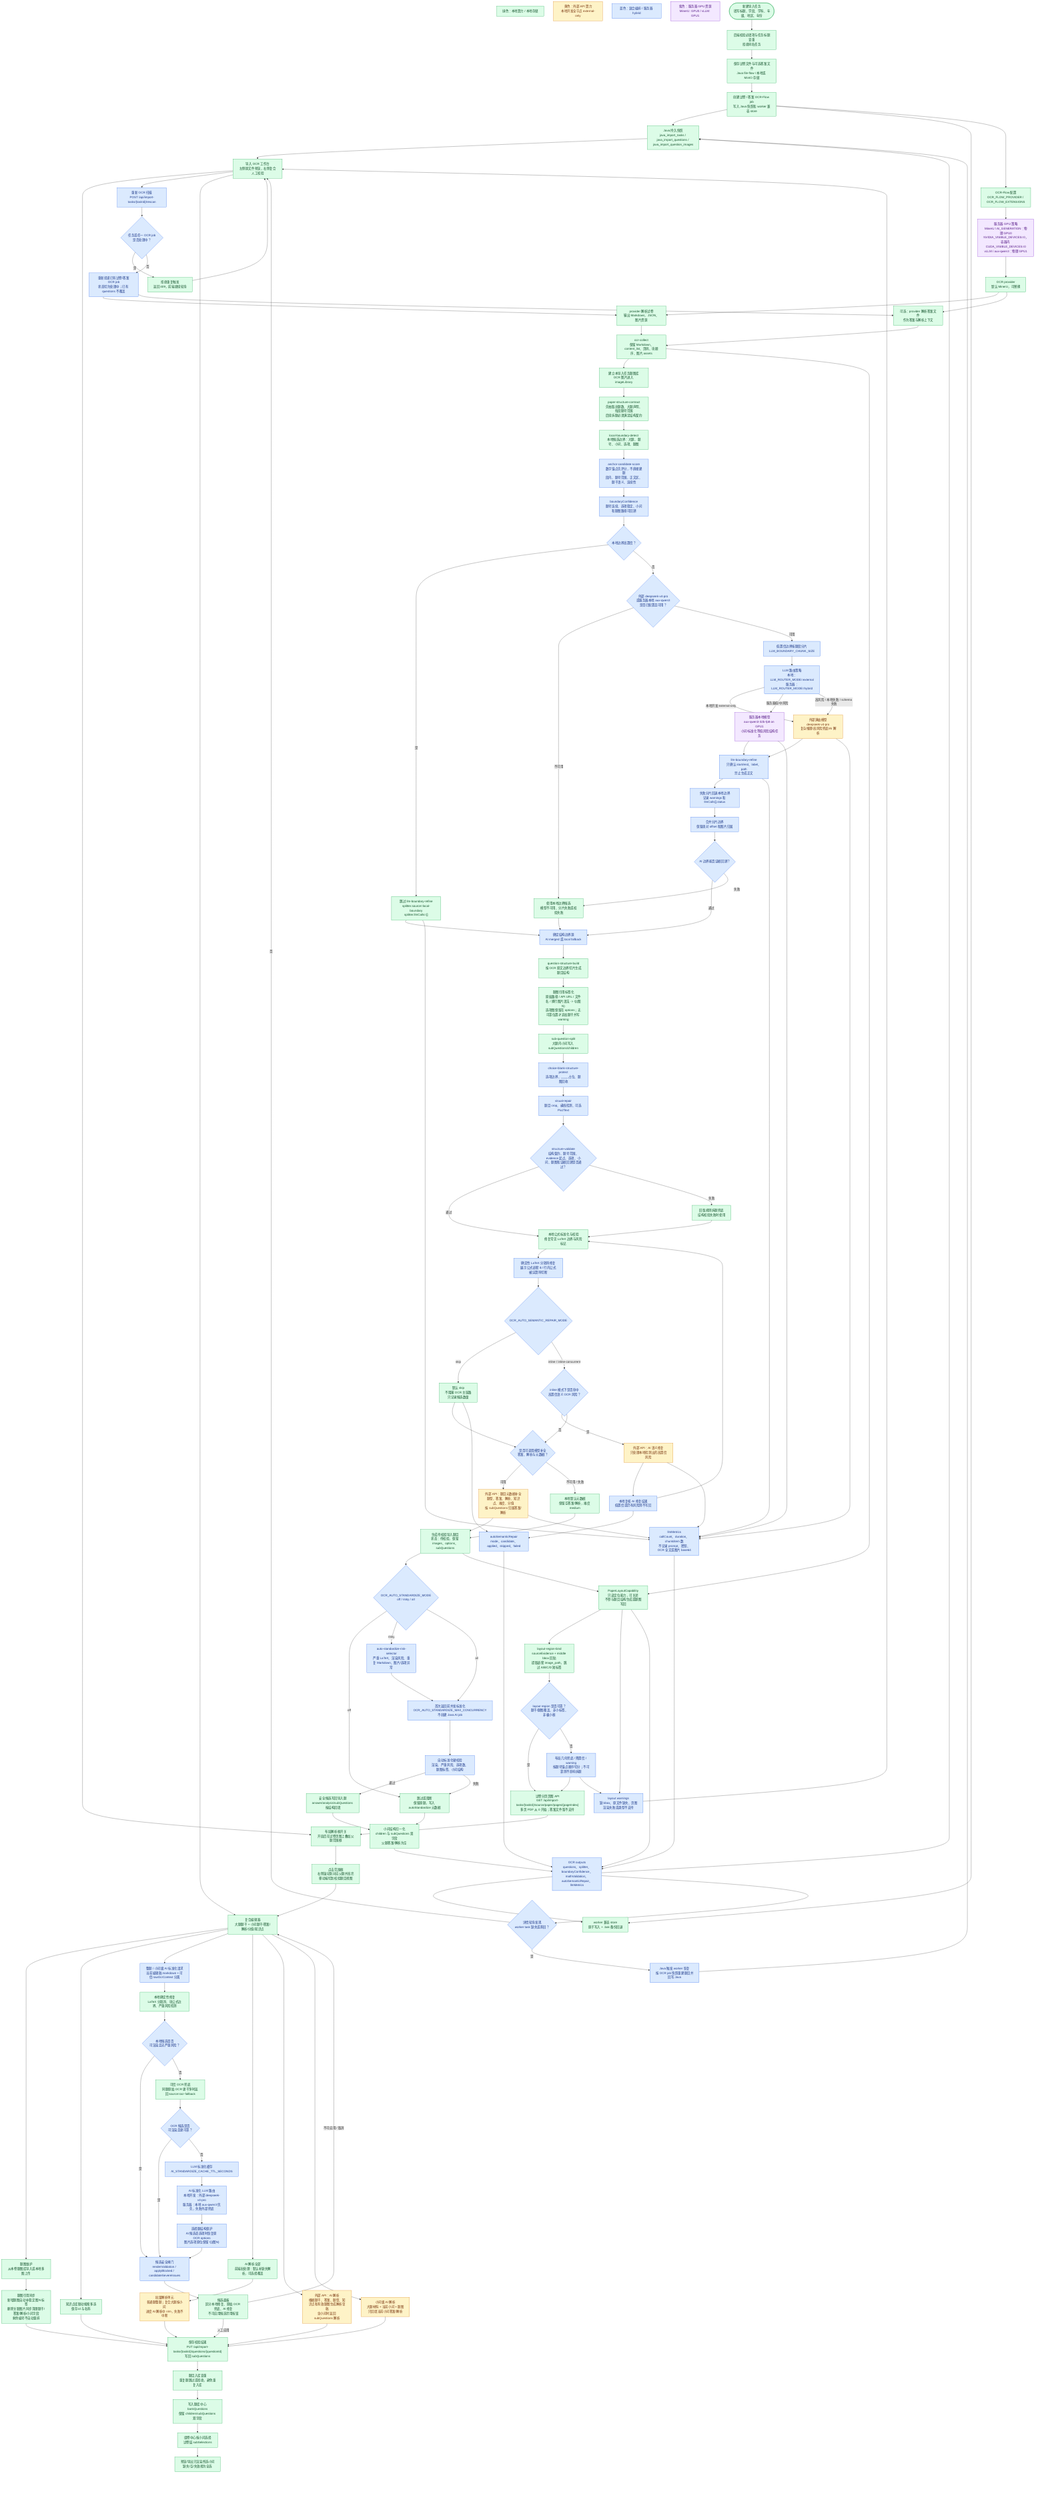
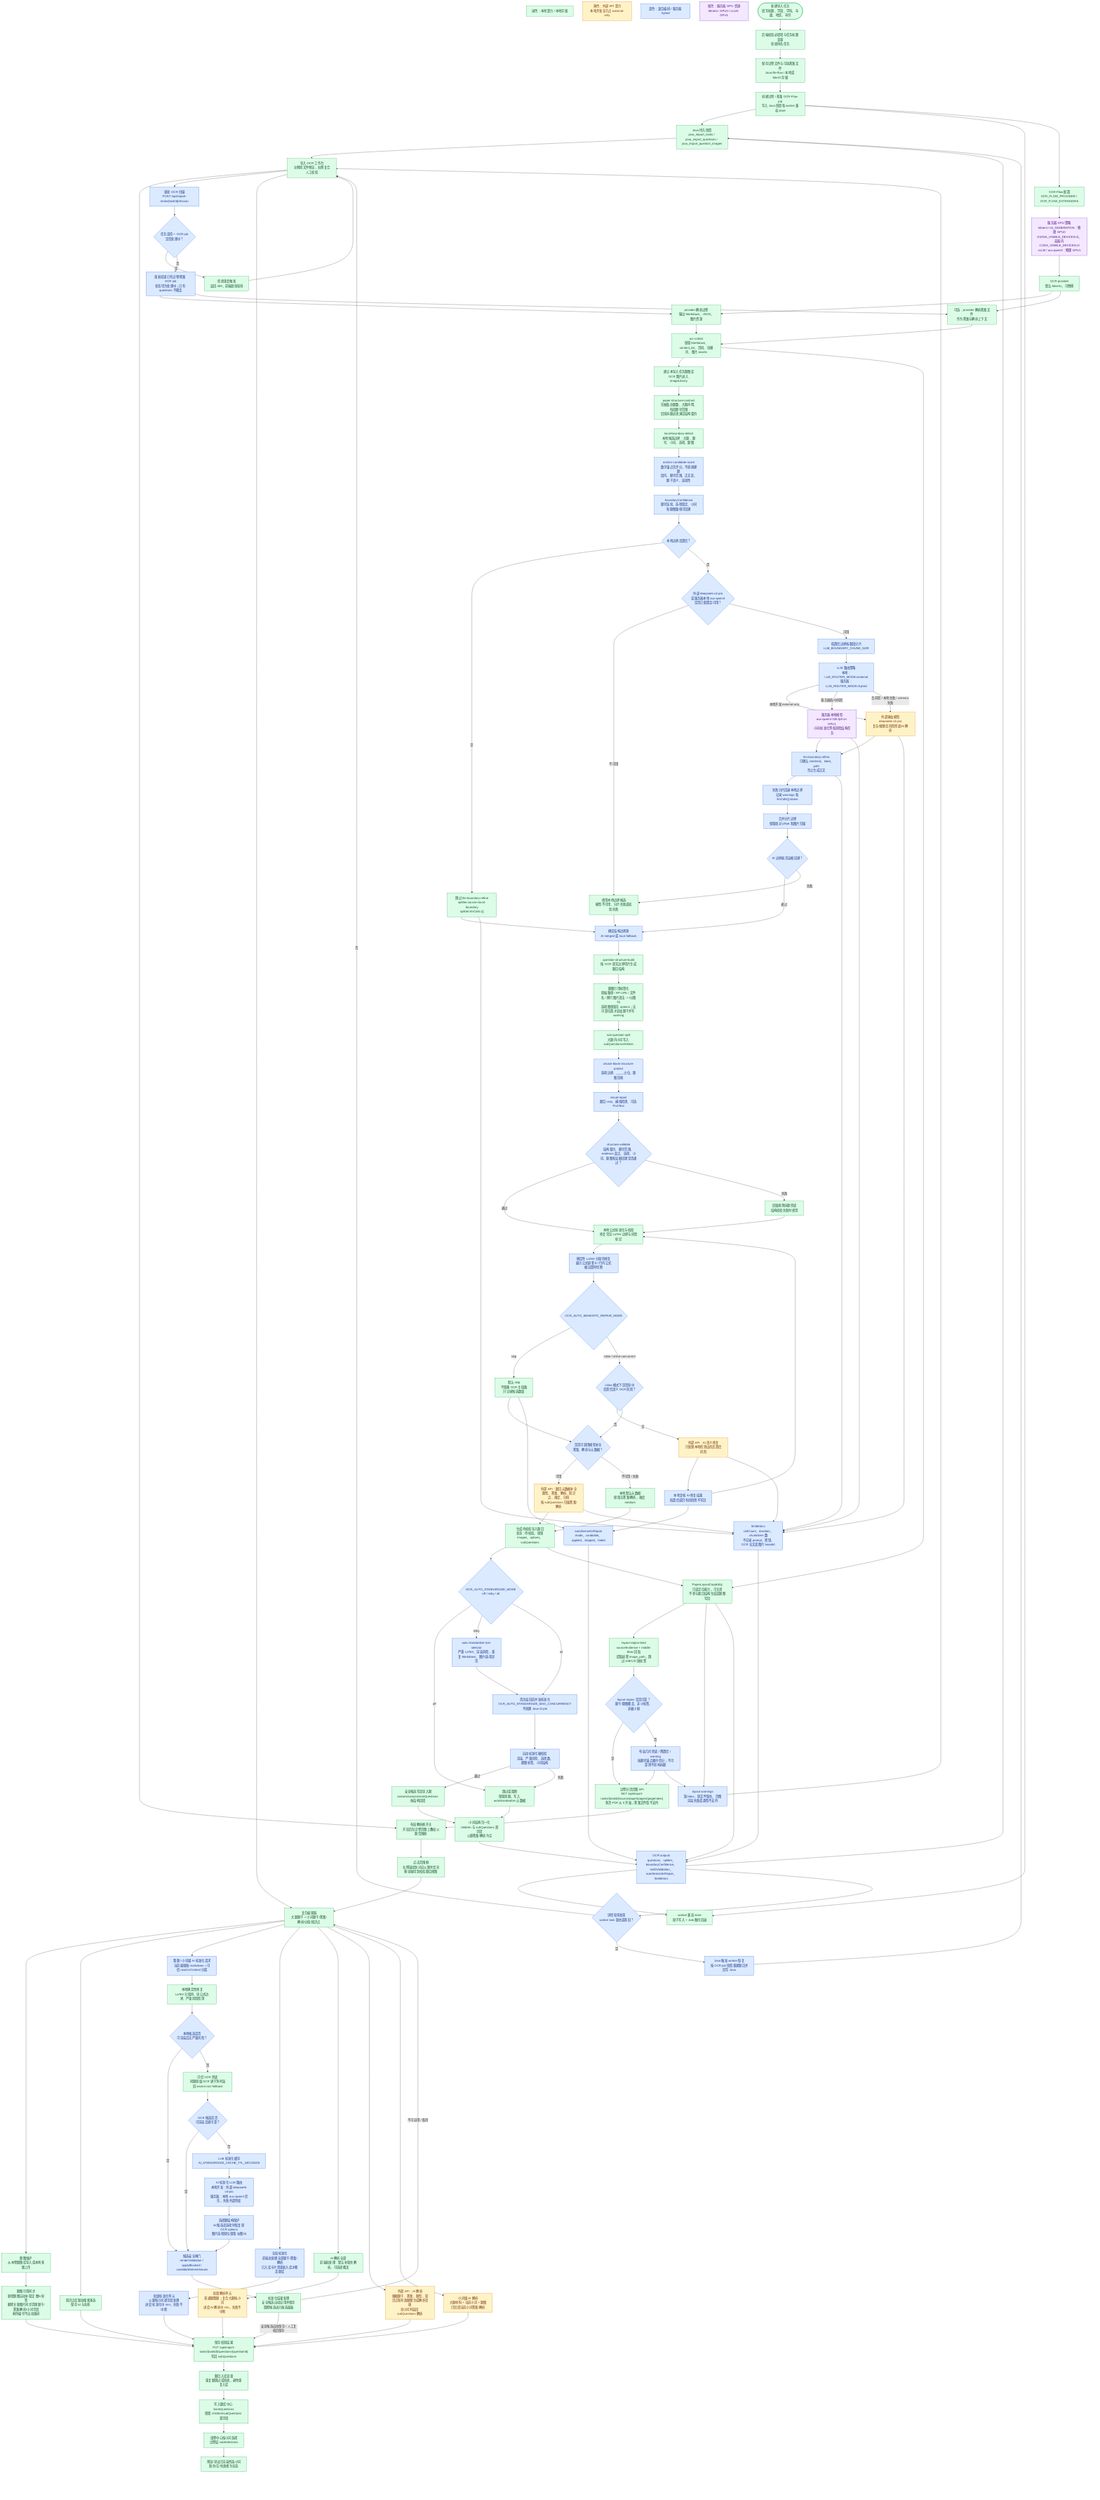
- %% Version: 2026-07-10 / product v15 / OpenAPI 1.1.0
+ %% Version: 2026-07-10 / product v16 / GlobalStandardize
%% Status: current-primary
- %% Scope: authoritative end-to-end OCR-Flow algorithm, structure contract, LLM routing, first-return auto standardization, review, layout overlay isolation, rescan, and AI assistance flow.
+ %% Scope: authoritative end-to-end OCR-Flow algorithm, structure contract, LLM routing, first-return auto standardization, review, layout overlay isolation, rescan, global standardization, and AI assistance flow.
flowchart TD
  LegendLocal["绿色：本地算力 / 本地存储"]:::local
  LegendExternal["黄色：外部 API 算力<br/>本地开发全节点 external-only"]:::external
  LegendMixed["蓝色：混合编排 / 服务器 hybrid"]:::mixed
  LegendGpu["紫色：服务器 GPU 资源<br/>MinerU: GPU0 / vLLM: GPU1"]:::gpu

  Start(["新建导入任务<br/>填写标题、学段、学科、年级、地区、年份"]):::local
  Validate["后端校验必填项与任务标题查重<br/>拒绝同名任务"]:::local
  Upload["保存试卷文件与可选答案文件<br/>Java file-flow / 本地或 MinIO 存储"]:::local
  Jobs["创建试卷 / 答案 OCR-Flow job<br/>写入 Java 快照和 worker 兼容 store"]:::local
  JavaSnapshot["Java 持久快照<br/>java_import_tasks / java_import_questions / java_import_question_images"]:::local
  WorkerSafeStore["worker 兼容 store<br/>原子写入 + .bak 备份回退"]:::local
  FlowConfig["OCR-Flow 配置<br/>OCR_FLOW_PROVIDER / OCR_FLOW_EXTENSIONS"]:::local
  GpuPolicy["服务器 GPU 策略<br/>MinerU / AI_GENERATION：物理 GPU0<br/>NVIDIA_VISIBLE_DEVICES=0，容器内 CUDA_VISIBLE_DEVICES=0<br/>vLLM / aux-qwen3：物理 GPU1"]:::gpu
  Provider["OCR provider<br/>默认 MinerU，可替换"]:::local
  OcrPaper["provider 解析试卷<br/>输出 Markdown、JSON、图片资源"]:::local
  OcrAnswer["可选：provider 解析答案文件<br/>作为答案与解析上下文"]:::local
  Collect["ocr-collect<br/>保留 Markdown、content_list、页码、块顺序、图片 assets"]:::local
  ImageLibrary["建立本导入任务题图库<br/>OCR 图片进入 imageLibrary"]:::local

  StructureContract["paper-structure-contract<br/>先抽取总题数、大题声明、每段题号范围<br/>后续拆题必须满足结构契约"]:::local
  LocalBoundary["local-boundary-detect<br/>本地候选边界：大题、题号、小问、选项、题图"]:::local
  AnchorScore["anchor-candidate-score<br/>数字锚点先评分，不直接建题<br/>段内、题号范围、正文区、题干语义、连续性"]:::mixed
  BoundaryConfidence["boundaryConfidence<br/>题号连续、选项稳定、小问和题图路径可回溯"]:::mixed
  BoundaryHigh{"本地边界高置信？"}:::mixed
  BoundarySkip["跳过 llm-boundary-refine<br/>splitter.source=local-boundary<br/>splitter.llmCalls=[]"]:::local
  LlmAvailable{"外部 deepseek-v4-pro<br/>或服务器本地 aux-qwen3<br/>是否已配置且可用？"}:::mixed
  BoundaryChunks["低置信边界按题段分片<br/>LLM_BOUNDARY_CHUNK_SIZE"]:::mixed
  LlmRoutePolicy["LLM 路由策略<br/>本地：LLM_ROUTER_MODE=external<br/>服务器：LLM_ROUTER_MODE=hybrid"]:::mixed
  LocalAuxModel["服务器本地模型<br/>aux-qwen3-32b-fp8 on GPU1<br/>小问/标准化等低风险结构任务"]:::gpu
  ExternalFullModel["外部满血模型<br/>deepseek-v4-pro<br/>复杂推理/高风险兜底/AI 解析"]:::external
  LlmBoundary["llm-boundary-refine<br/>只确认 start/end、label、path<br/>禁止生成正文"]:::mixed
  ChunkFallback["失败分片回退本地边界<br/>记录 warnings 和 llmCalls[].status"]:::mixed
  MergeBoundary["合并分片边界<br/>保留绝对 offset 和图片归属"]:::mixed
  BoundaryValidate{"AI 边界能否证据回溯？"}:::mixed
  BoundaryLocalFallback["使用本地边界候选<br/>模型不可用、分片失败或校验失败"]:::local
  BoundarySource["确定结构边界源<br/>AI merged 或 local fallback"]:::mixed

  BuildByEvidence["question-structure-build<br/>按 OCR 原文边界切片生成题目结构"]:::local
  ImageCanonical["题图引用标签化<br/>原始路径 / API URL / 文件名 / 换行图片语法 -> ![](图N)<br/>选项图保留在 options；无可靠位置才追加题干并写 warning"]:::local
  SubSplit["sub-question-split<br/>大题内小问写入 subQuestions/children"]:::local
  ChoiceBlankProtect["choice-blank-structure-protect<br/>选项边界、____ 占位、题图回收"]:::mixed
  VisualRepair["visual-repair<br/>题目 crop、横线检测、可选 Pix2Text"]:::mixed
  StructureValidate{"structure-validate<br/>结构契约、题号范围、evidence 起点、选项、小问、题图和证据回溯是否通过？"}:::mixed
  RuleFallback["旧版规则拆题兜底<br/>结构校验失败时使用"]:::local

  MathNormalize["本地公式标准化与校验<br/>修复常见 LaTeX 边界与风险标记"]:::local
  LatexDelimiter["确定性 LaTeX 分隔符修复<br/>展示公式嵌套 $ / 行内公式被运算符切断"]:::mixed
  AutoRepairMode{"OCR_AUTO_SEMANTIC_REPAIR_MODE"}:::mixed
  AutoRepairSkip["默认 skip<br/>不阻塞 OCR 主链路<br/>只记录候选数量"]:::local
  SemanticRisk{"inline 模式下是否命中<br/>高置信语义 OCR 风险？"}:::mixed
  SemanticApi["外部 API：AI 语义修复<br/>只处理本地检测出的高置信风险"]:::external
  SemanticVerify["本地复核 AI 修复结果<br/>低置信或仍有风险则不写回"]:::mixed

  MetadataDecision{"是否可调用模型补全<br/>答案、解析与元数据？"}:::mixed
  MetadataApi["外部 API：题目元数据补全<br/>题型、答案、解析、知识点、难度、分值<br/>按 subQuestions 归属答案/解析"]:::external
  MetadataFallback["本地默认元数据<br/>保留空答案/解析，难度 medium"]:::local
  BuildQuestions["生成待校验导入题目<br/>状态：待校验，保留 images、options、subQuestions"]:::local
  AutoStdMode{"OCR_AUTO_STANDARDIZE_MODE<br/>off / risky / all"}:::mixed
  AutoStdRisk["auto-standardize-risk-selector<br/>严重 LaTeX、渲染风险、重复 Markdown、图片/选项异常"]:::mixed
  AutoStdConcurrent["首次返回前并发标准化<br/>OCR_AUTO_STANDARDIZE_MAX_CONCURRENCY<br/>不创建 Java AI job"]:::mixed
  AutoStdGate["自动标准化硬校验<br/>渲染、严重风险、选项数、题图标签、小问结构"]:::mixed
  AutoStdApply["安全候选写回导入题<br/>answer/analysis/subQuestions 按结构回填"]:::local
  AutoStdSkip["跳过或阻断<br/>保留原题，写入 autoStandardize 元数据"]:::local
  PaperLayoutBuild["PaperLayoutCapability<br/>只读定位能力，可关闭<br/>不参与题目结构生成或题图写回"]:::local
  PaperLayoutBind["layout-region-bind<br/>sourceEvidence + middle bbox 回贴<br/>提取嵌套 image_path，跳过 A/B/C/D 短标签"]:::local
  PaperLayoutReliable{"layout region 是否可靠？<br/>题干/题图覆盖、非小标签、非极小框"}:::mixed
  PaperLayoutFallback["布局几何兜底 / 降置信 / warning<br/>按题号锚点顺序切分；不可靠则不影响拆题"]:::mixed
  PaperPageApi["试卷分页页图 API<br/>GET /api/import-tasks/{taskId}/source/paper/pages/{pageIndex}<br/>多页 PDF 从 0 开始；答案文件暂不支持"]:::local
  PaperLayoutWarnings["layout warnings<br/>缺 bbox、原文件缺失、页图渲染失败或类型不支持"]:::mixed
  SubQuestionNormalize["小问结构归一化<br/>children 与 subQuestions 双字段<br/>父题答案/解析为空"]:::local
  AutoRepairSummary["autoSemanticRepair<br/>mode、candidate、applied、skipped、failed"]:::mixed
  LlmMetrics["llmMetrics<br/>callCount、duration、chunk/item 数<br/>不记录 prompt、密钥、OCR 全文或图片 base64"]:::mixed
  OcrOutputs["OCR outputs<br/>questions、splitter、boundaryConfidence、mathValidation、autoSemanticRepair、llmMetrics"]:::mixed
  DetailRecovery{"详情轮询发现<br/>worker task 缺失或陈旧？"}:::mixed
  RecoverFromOcr["Java 触发 worker 恢复<br/>按 OCR job 快照重建题目并回写 Java"]:::mixed

  Workbench["导入 OCR 工作台<br/>左侧原文件预览，右侧复合人工校验"]:::local
  LayoutToggle["布局解析框开关<br/>开启后在试卷页图上叠加父题范围框"]:::local
  LayoutClick["点击范围框<br/>右侧滚动到对应父题并高亮<br/>移动端切到校验题目视图"]:::local
  RescanRequest["重新 OCR 扫描<br/>POST /api/import-tasks/{taskId}/rescan"]:::mixed
  RescanGuard{"任务或任一 OCR job<br/>是否处理中？"}:::mixed
  RescanReject["拒绝重复触发<br/>返回 409，前端继续轮询"]:::local
  RescanRetry["重新投递已有试卷/答案 OCR job<br/>状态切为处理中；已有 questions 不覆盖"]:::mixed
  ManualEdit["复合编辑器<br/>大题题干 + 小问题干/答案/解析/分值/知识点"]:::local
+   BatchStdAll["全局标准化<br/>前端批处理全部题干/答案/解析<br/>已入库卡片需重新入库才覆盖题库"]:::mixed
+   BatchStdUnits["批量标准化单元<br/>父题和小问逐字段处理<br/>进度 标准化中 n/m，失败不中断"]:::mixed
  BatchAiAll["AI 解析全部<br/>前端批处理：默认补缺失解析，可选择覆盖"]:::local
  BatchAiUnits["批量解析单元<br/>普通题整题；复合大题按小问<br/>进度 AI 解析中 n/m，失败不中断"]:::external
  AddImages["题图维护<br/>从本卷题图库导入或本地多图上传"]:::local
  ImageMarkdown["题图引用同步<br/>新增题图自动补稳定 图N 标签<br/>删除关联图片同步清理题干/答案/解析/小问字段<br/>剩余编号不自动重排"]:::local
  KnowledgePick["知识点库联动搜索多选<br/>保存 id 与名称"]:::local

  StdStart["整题 / 小问级 AI 标准化请求<br/>当前编辑稿 markdown + 可信 rawOcrContext 分离"]:::mixed
  StdLocal["本地确定性修复<br/>LaTeX 分隔符、块公式边界、严重风险检测"]:::local
  StdLocalSafe{"本地候选是否<br/>可渲染且无严重风险？"}:::mixed
  StdOcr["可信 OCR 兜底<br/>同题原始 OCR 更干净时返回 source=ocr-fallback"]:::local
  StdOcrSafe{"OCR 候选是否<br/>可渲染且更可靠？"}:::mixed
  StdCache["LLM 标准化缓存<br/>AI_STANDARDIZE_CACHE_TTL_SECONDS"]:::mixed
  StdApi["AI 标准化 LLM 路由<br/>本地开发：外部 deepseek-v4-pro<br/>服务器：本地 aux-qwen3 优先，失败外部兜底"]:::mixed
  StdChoiceGuard["选择题结构保护<br/>AI 候选丢选项时恢复原 OCR options<br/>图片选项原位保留 ![](图N)"]:::mixed
  StdGate["候选安全闸门<br/>renderValidation / applyBlocked / candidateSevereIssues"]:::mixed
-   StdPanel["候选面板<br/>区分本地修复、原始 OCR 兜底、AI 修复<br/>不可应用候选禁用按钮"]:::local
+   StdPanel["标准化结果处理<br/>安全候选自动应用并保存<br/>阻断候选进入候选面板"]:::local

  AiAnalysis["外部 API：AI 解析<br/>根据题干、答案、题型、知识点和有效题图生成解析草稿<br/>含小问时返回 subQuestions 解析"]:::external
  SubAiAnalysis["小问级 AI 解析<br/>大题材料 + 当前小问 + 题图<br/>只回填当前小问答案/解析"]:::external
  SaveReview["保存校验结果<br/>PUT /api/import-tasks/{taskId}/questions/{questionId}<br/>写回 subQuestions"]:::local
  BankDedup["题目入库查重<br/>重复题跳过或拒绝，避免重复入库"]:::local
  Bank["写入题库中心 bankQuestions<br/>保留 children/subQuestions 双字段"]:::local
  PaperSelect["组卷中心按小问选择<br/>试卷层 subSelections"]:::local
  PaperPreview["预览/导出只渲染所选小问<br/>缺失/空/失效视为全选"]:::local

  Start --> Validate --> Upload --> Jobs
  Jobs --> JavaSnapshot
  Jobs --> WorkerSafeStore
  Jobs --> FlowConfig --> GpuPolicy --> Provider
  Provider --> OcrPaper --> Collect
  Provider --> OcrAnswer --> Collect
  Collect --> ImageLibrary --> StructureContract --> LocalBoundary --> AnchorScore --> BoundaryConfidence --> BoundaryHigh
  BoundaryHigh -- "是" --> BoundarySkip --> BoundarySource
  BoundaryHigh -- "否" --> LlmAvailable
  LlmAvailable -- "不可用" --> BoundaryLocalFallback --> BoundarySource
  LlmAvailable -- "可用" --> BoundaryChunks --> LlmRoutePolicy
  LlmRoutePolicy -- "本地开发 external-only" --> ExternalFullModel --> LlmBoundary
  LlmRoutePolicy -- "服务器低/中风险" --> LocalAuxModel --> LlmBoundary
  LlmRoutePolicy -- "高风险 / 本地失败 / schema 失败" --> ExternalFullModel
  LlmBoundary --> ChunkFallback --> MergeBoundary --> BoundaryValidate
  BoundaryValidate -- "通过" --> BoundarySource
  BoundaryValidate -- "失败" --> BoundaryLocalFallback
  BoundarySource --> BuildByEvidence
  BuildByEvidence --> ImageCanonical --> SubSplit --> ChoiceBlankProtect --> VisualRepair --> StructureValidate
  StructureValidate -- "通过" --> MathNormalize
  StructureValidate -- "失败" --> RuleFallback --> MathNormalize
  MathNormalize --> LatexDelimiter --> AutoRepairMode
  AutoRepairMode -- "skip" --> AutoRepairSkip --> MetadataDecision
  AutoRepairMode -- "inline / inline-concurrent" --> SemanticRisk
  SemanticRisk -- "是" --> SemanticApi --> SemanticVerify --> MathNormalize
  SemanticRisk -- "否" --> MetadataDecision
  MetadataDecision -- "可用" --> MetadataApi --> BuildQuestions
  MetadataDecision -- "不可用 / 失败" --> MetadataFallback --> BuildQuestions
  BuildQuestions --> AutoStdMode
  AutoStdMode -- "off" --> AutoStdSkip --> SubQuestionNormalize
  AutoStdMode -- "risky" --> AutoStdRisk --> AutoStdConcurrent
  AutoStdMode -- "all" --> AutoStdConcurrent
  AutoStdConcurrent --> AutoStdGate
  AutoStdGate -- "通过" --> AutoStdApply --> SubQuestionNormalize
  AutoStdGate -- "失败" --> AutoStdSkip
  SubQuestionNormalize --> OcrOutputs
  BuildQuestions --> PaperLayoutBuild
  Collect --> PaperLayoutBuild
  PaperLayoutBuild --> PaperLayoutBind --> PaperLayoutReliable
  PaperLayoutReliable -- "是" --> PaperPageApi
  PaperLayoutReliable -- "否" --> PaperLayoutFallback --> PaperPageApi
  PaperLayoutFallback --> PaperLayoutWarnings
  PaperLayoutBuild --> PaperLayoutWarnings
  PaperLayoutBuild --> OcrOutputs
  BoundarySkip --> LlmMetrics
  LlmBoundary --> LlmMetrics
  LocalAuxModel --> LlmMetrics
  ExternalFullModel --> LlmMetrics
  SemanticApi --> LlmMetrics
  MetadataApi --> LlmMetrics
  AutoRepairSkip --> AutoRepairSummary --> OcrOutputs
  SemanticVerify --> AutoRepairSummary
  LlmMetrics --> OcrOutputs
  OcrOutputs --> JavaSnapshot
  OcrOutputs --> WorkerSafeStore
  OcrOutputs --> DetailRecovery
  DetailRecovery -- "是" --> RecoverFromOcr --> JavaSnapshot --> Workbench
  DetailRecovery -- "否" --> Workbench
  PaperPageApi --> LayoutToggle
  PaperLayoutWarnings --> Workbench
  Workbench --> LayoutToggle --> LayoutClick --> ManualEdit
  Workbench --> RescanRequest --> RescanGuard
  RescanGuard -- "是" --> RescanReject --> Workbench
  RescanGuard -- "否" --> RescanRetry --> OcrPaper
  RescanRetry --> OcrAnswer
  Workbench --> ManualEdit
  ManualEdit --> AddImages --> ImageMarkdown --> SaveReview
  ManualEdit --> KnowledgePick --> SaveReview
  ManualEdit --> StdStart --> StdLocal --> StdLocalSafe
  StdLocalSafe -- "是" --> StdGate
  StdLocalSafe -- "否" --> StdOcr --> StdOcrSafe
  StdOcrSafe -- "是" --> StdGate
  StdOcrSafe -- "否" --> StdCache --> StdApi --> StdChoiceGuard --> StdGate
  StdGate --> StdPanel
-   StdPanel -- "人工应用" --> SaveReview
+   StdPanel -- "安全候选自动保存 / 人工复核后保存" --> SaveReview
  StdPanel -- "不可应用 / 取消" --> ManualEdit
+   ManualEdit --> BatchStdAll --> BatchStdUnits --> SaveReview
  ManualEdit --> BatchAiAll --> BatchAiUnits --> SaveReview
  ManualEdit --> AiAnalysis --> SaveReview
  ManualEdit --> SubAiAnalysis --> SaveReview
  SaveReview --> BankDedup --> Bank --> PaperSelect --> PaperPreview

  classDef local fill:#dcfce7,stroke:#16a34a,color:#14532d,stroke-width:1px;
  classDef external fill:#fef3c7,stroke:#d97706,color:#78350f,stroke-width:1px;
  classDef mixed fill:#dbeafe,stroke:#2563eb,color:#1e3a8a,stroke-width:1px;
  classDef gpu fill:#f3e8ff,stroke:#7e22ce,color:#581c87,stroke-width:1px;
